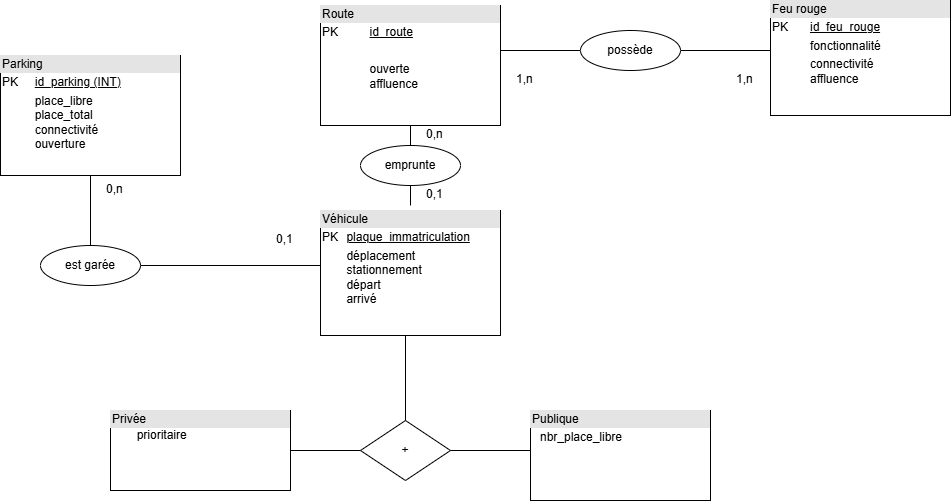
This is db/MCD_groupe9.drawio.png from trifoil/projet-inter, a draw.io export, as it was before one commit. Source tidied: cells renumbered, new cells last; positions are measured from the earlier drawing's top-left corner, leaving out a move shared by most shapes.
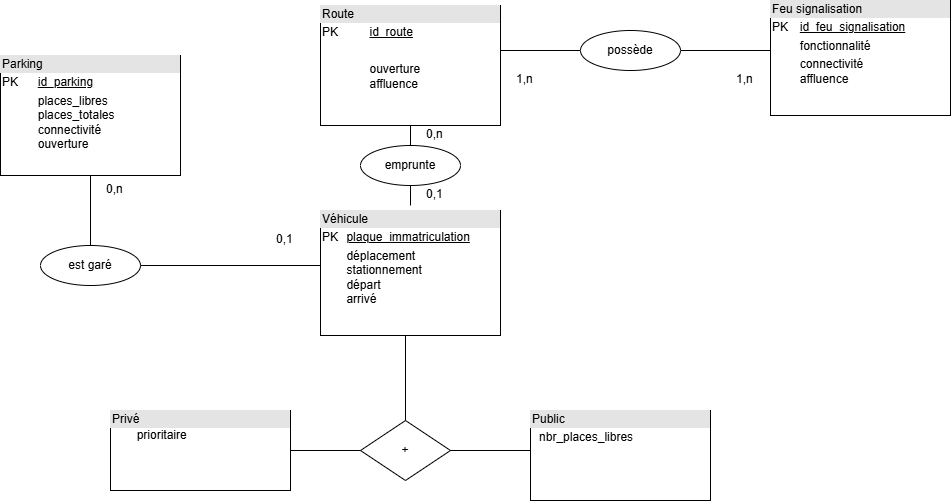
The same file after the commit.

Change to the diagram source:
```diff
@@ -2,22 +2,22 @@
   <root>
     <mxCell id="0" />
     <mxCell id="1" parent="0" />
-    <mxCell id="2" value="&lt;div style=&quot;box-sizing:border-box;width:100%;background:#e4e4e4;padding:2px;&quot;&gt;Parking&lt;/div&gt;&lt;table style=&quot;width:100%;font-size:1em;&quot; cellpadding=&quot;2&quot; cellspacing=&quot;0&quot;&gt;&lt;tbody&gt;&lt;tr&gt;&lt;td&gt;PK&lt;/td&gt;&lt;td&gt;&lt;u&gt;id_parking (INT)&lt;/u&gt;&lt;/td&gt;&lt;/tr&gt;&lt;tr&gt;&lt;td&gt;&lt;br&gt;&lt;/td&gt;&lt;td&gt;place_libre&lt;br&gt;place_total&lt;br&gt;connectivité&lt;br&gt;ouverture&lt;br&gt;&lt;br&gt;&lt;/td&gt;&lt;/tr&gt;&lt;tr&gt;&lt;td&gt;&lt;/td&gt;&lt;td&gt;&lt;br&gt;&lt;/td&gt;&lt;/tr&gt;&lt;/tbody&gt;&lt;/table&gt;" style="verticalAlign=top;align=left;overflow=fill;html=1;whiteSpace=wrap;" parent="1" vertex="1">
+    <mxCell id="2" value="&lt;div style=&quot;box-sizing:border-box;width:100%;background:#e4e4e4;padding:2px;&quot;&gt;Parking&lt;/div&gt;&lt;table style=&quot;width:100%;font-size:1em;&quot; cellpadding=&quot;2&quot; cellspacing=&quot;0&quot;&gt;&lt;tbody&gt;&lt;tr&gt;&lt;td&gt;PK&lt;/td&gt;&lt;td&gt;&lt;u&gt;id_parking&lt;/u&gt;&lt;/td&gt;&lt;/tr&gt;&lt;tr&gt;&lt;td&gt;&lt;br&gt;&lt;/td&gt;&lt;td&gt;places_libres&lt;br&gt;places_totales&lt;br&gt;connectivité&lt;br&gt;ouverture&lt;br&gt;&lt;br&gt;&lt;/td&gt;&lt;/tr&gt;&lt;tr&gt;&lt;td&gt;&lt;/td&gt;&lt;td&gt;&lt;br&gt;&lt;/td&gt;&lt;/tr&gt;&lt;/tbody&gt;&lt;/table&gt;" style="verticalAlign=top;align=left;overflow=fill;html=1;whiteSpace=wrap;" parent="1" vertex="1">
       <mxGeometry y="55" width="180" height="120" as="geometry" />
     </mxCell>
-    <mxCell id="3" value="&lt;div style=&quot;box-sizing:border-box;width:100%;background:#e4e4e4;padding:2px;&quot;&gt;Feu rouge&lt;/div&gt;&lt;table style=&quot;width:100%;font-size:1em;&quot; cellpadding=&quot;2&quot; cellspacing=&quot;0&quot;&gt;&lt;tbody&gt;&lt;tr&gt;&lt;td&gt;PK&lt;/td&gt;&lt;td&gt;&lt;u&gt;id_feu_rouge&lt;/u&gt;&lt;/td&gt;&lt;/tr&gt;&lt;tr&gt;&lt;td&gt;&lt;br&gt;&lt;/td&gt;&lt;td&gt;fonctionnalité&lt;/td&gt;&lt;/tr&gt;&lt;tr&gt;&lt;td&gt;&lt;/td&gt;&lt;td&gt;connectivité&lt;br&gt;affluence&lt;br&gt;&lt;/td&gt;&lt;/tr&gt;&lt;/tbody&gt;&lt;/table&gt;" style="verticalAlign=top;align=left;overflow=fill;html=1;whiteSpace=wrap;" parent="1" vertex="1">
+    <mxCell id="3" value="&lt;div style=&quot;box-sizing:border-box;width:100%;background:#e4e4e4;padding:2px;&quot;&gt;Feu signalisation&lt;/div&gt;&lt;table style=&quot;width:100%;font-size:1em;&quot; cellpadding=&quot;2&quot; cellspacing=&quot;0&quot;&gt;&lt;tbody&gt;&lt;tr&gt;&lt;td&gt;PK&lt;/td&gt;&lt;td&gt;&lt;u&gt;id_feu_signalisation&lt;/u&gt;&lt;/td&gt;&lt;/tr&gt;&lt;tr&gt;&lt;td&gt;&lt;br&gt;&lt;/td&gt;&lt;td&gt;fonctionnalité&lt;/td&gt;&lt;/tr&gt;&lt;tr&gt;&lt;td&gt;&lt;/td&gt;&lt;td&gt;connectivité&lt;br&gt;affluence&lt;br&gt;&lt;/td&gt;&lt;/tr&gt;&lt;/tbody&gt;&lt;/table&gt;" style="verticalAlign=top;align=left;overflow=fill;html=1;whiteSpace=wrap;" parent="1" vertex="1">
       <mxGeometry x="770" width="180" height="115" as="geometry" />
     </mxCell>
     <mxCell id="4" value="&lt;div style=&quot;box-sizing:border-box;width:100%;background:#e4e4e4;padding:2px;&quot;&gt;Véhicule&amp;nbsp;&lt;/div&gt;&lt;table style=&quot;width:100%;font-size:1em;&quot; cellpadding=&quot;2&quot; cellspacing=&quot;0&quot;&gt;&lt;tbody&gt;&lt;tr&gt;&lt;td&gt;PK&lt;/td&gt;&lt;td&gt;&lt;u&gt;plaque_immatriculation&lt;br&gt;&lt;/u&gt;&lt;/td&gt;&lt;/tr&gt;&lt;tr&gt;&lt;td&gt;&lt;br&gt;&lt;/td&gt;&lt;td&gt;déplacement&lt;br&gt;stationnement&lt;br&gt;départ&lt;br&gt;arrivé&lt;/td&gt;&lt;/tr&gt;&lt;/tbody&gt;&lt;/table&gt;" style="verticalAlign=top;align=left;overflow=fill;html=1;whiteSpace=wrap;" parent="1" vertex="1">
       <mxGeometry x="320" y="210" width="180" height="125" as="geometry" />
     </mxCell>
-    <mxCell id="5" value="&lt;div style=&quot;box-sizing:border-box;width:100%;background:#e4e4e4;padding:2px;&quot;&gt;Route&lt;/div&gt;&lt;table style=&quot;width:100%;font-size:1em;&quot; cellpadding=&quot;2&quot; cellspacing=&quot;0&quot;&gt;&lt;tbody&gt;&lt;tr&gt;&lt;td&gt;PK&lt;/td&gt;&lt;td&gt;&lt;u&gt;id_route&lt;/u&gt;&lt;/td&gt;&lt;/tr&gt;&lt;tr&gt;&lt;td&gt;&lt;br&gt;&lt;/td&gt;&lt;td&gt;&lt;br&gt;&lt;/td&gt;&lt;/tr&gt;&lt;tr&gt;&lt;td&gt;&lt;/td&gt;&lt;td&gt;ouverte&lt;br&gt;affluence&amp;nbsp;&lt;/td&gt;&lt;/tr&gt;&lt;/tbody&gt;&lt;/table&gt;" style="verticalAlign=top;align=left;overflow=fill;html=1;whiteSpace=wrap;" parent="1" vertex="1">
+    <mxCell id="5" value="&lt;div style=&quot;box-sizing:border-box;width:100%;background:#e4e4e4;padding:2px;&quot;&gt;Route&lt;/div&gt;&lt;table style=&quot;width:100%;font-size:1em;&quot; cellpadding=&quot;2&quot; cellspacing=&quot;0&quot;&gt;&lt;tbody&gt;&lt;tr&gt;&lt;td&gt;PK&lt;/td&gt;&lt;td&gt;&lt;u&gt;id_route&lt;/u&gt;&lt;/td&gt;&lt;/tr&gt;&lt;tr&gt;&lt;td&gt;&lt;br&gt;&lt;/td&gt;&lt;td&gt;&lt;br&gt;&lt;/td&gt;&lt;/tr&gt;&lt;tr&gt;&lt;td&gt;&lt;/td&gt;&lt;td&gt;ouverture&lt;br&gt;affluence&amp;nbsp;&lt;/td&gt;&lt;/tr&gt;&lt;/tbody&gt;&lt;/table&gt;" style="verticalAlign=top;align=left;overflow=fill;html=1;whiteSpace=wrap;" parent="1" vertex="1">
       <mxGeometry x="320" y="5" width="180" height="120" as="geometry" />
     </mxCell>
-    <mxCell id="6" value="&lt;div style=&quot;box-sizing:border-box;width:100%;background:#e4e4e4;padding:2px;&quot;&gt;Publique&amp;nbsp;&lt;/div&gt;&lt;table style=&quot;width:100%;font-size:1em;&quot; cellpadding=&quot;2&quot; cellspacing=&quot;0&quot;&gt;&lt;tbody&gt;&lt;tr&gt;&lt;td&gt;&lt;br&gt;&lt;/td&gt;&lt;td&gt;nbr_place_libre&lt;br&gt;&lt;br&gt;&lt;br&gt;&lt;br&gt;&lt;/td&gt;&lt;/tr&gt;&lt;tr&gt;&lt;td&gt;&lt;br&gt;&lt;/td&gt;&lt;td&gt;&lt;br&gt;&lt;/td&gt;&lt;/tr&gt;&lt;tr&gt;&lt;td&gt;&lt;/td&gt;&lt;td&gt;&lt;br&gt;&lt;/td&gt;&lt;/tr&gt;&lt;/tbody&gt;&lt;/table&gt;" style="verticalAlign=top;align=left;overflow=fill;html=1;whiteSpace=wrap;" parent="1" vertex="1">
+    <mxCell id="6" value="&lt;div style=&quot;box-sizing:border-box;width:100%;background:#e4e4e4;padding:2px;&quot;&gt;Public&lt;/div&gt;&lt;table style=&quot;width:100%;font-size:1em;&quot; cellpadding=&quot;2&quot; cellspacing=&quot;0&quot;&gt;&lt;tbody&gt;&lt;tr&gt;&lt;td&gt;&lt;br&gt;&lt;/td&gt;&lt;td&gt;nbr_places_libres&lt;br&gt;&lt;br&gt;&lt;br&gt;&lt;br&gt;&lt;/td&gt;&lt;/tr&gt;&lt;tr&gt;&lt;td&gt;&lt;br&gt;&lt;/td&gt;&lt;td&gt;&lt;br&gt;&lt;/td&gt;&lt;/tr&gt;&lt;tr&gt;&lt;td&gt;&lt;/td&gt;&lt;td&gt;&lt;br&gt;&lt;/td&gt;&lt;/tr&gt;&lt;/tbody&gt;&lt;/table&gt;" style="verticalAlign=top;align=left;overflow=fill;html=1;whiteSpace=wrap;" parent="1" vertex="1">
       <mxGeometry x="530" y="410" width="180" height="90" as="geometry" />
     </mxCell>
-    <mxCell id="7" value="&lt;div style=&quot;box-sizing:border-box;width:100%;background:#e4e4e4;padding:2px;&quot;&gt;Privée&lt;/div&gt;&lt;span style=&quot;white-space: pre;&quot;&gt;&#9;&lt;/span&gt;prioritaire&lt;span style=&quot;white-space: pre;&quot;&gt;&#9;&lt;/span&gt;" style="verticalAlign=top;align=left;overflow=fill;html=1;whiteSpace=wrap;" parent="1" vertex="1">
+    <mxCell id="7" value="&lt;div style=&quot;box-sizing:border-box;width:100%;background:#e4e4e4;padding:2px;&quot;&gt;Privé&lt;/div&gt;&lt;span style=&quot;white-space: pre;&quot;&gt;&#9;&lt;/span&gt;prioritaire&lt;span style=&quot;white-space: pre;&quot;&gt;&#9;&lt;/span&gt;" style="verticalAlign=top;align=left;overflow=fill;html=1;whiteSpace=wrap;" parent="1" vertex="1">
       <mxGeometry x="110" y="410" width="180" height="80" as="geometry" />
     </mxCell>
     <mxCell id="8" style="line;strokeWidth=1;dashed=0;labelPosition=right;align=left;verticalAlign=middle;spacingTop=0;spacingLeft=6;" parent="1" vertex="1">
@@ -50,7 +50,7 @@
     <mxCell id="17" style="line;strokeWidth=1;dashed=0;labelPosition=right;align=left;verticalAlign=middle;spacingTop=0;spacingLeft=6;direction=south;" parent="1" vertex="1">
       <mxGeometry x="85" y="175" width="10" height="70" as="geometry" />
     </mxCell>
-    <mxCell id="18" value="est garée" style="ellipse;whiteSpace=wrap;html=1;align=center;" parent="1" vertex="1">
+    <mxCell id="18" value="est garé" style="ellipse;whiteSpace=wrap;html=1;align=center;" parent="1" vertex="1">
       <mxGeometry x="40" y="245" width="100" height="40" as="geometry" />
     </mxCell>
     <mxCell id="19" style="line;strokeWidth=1;dashed=0;labelPosition=right;align=left;verticalAlign=middle;spacingTop=0;spacingLeft=6;" parent="1" vertex="1">
```
